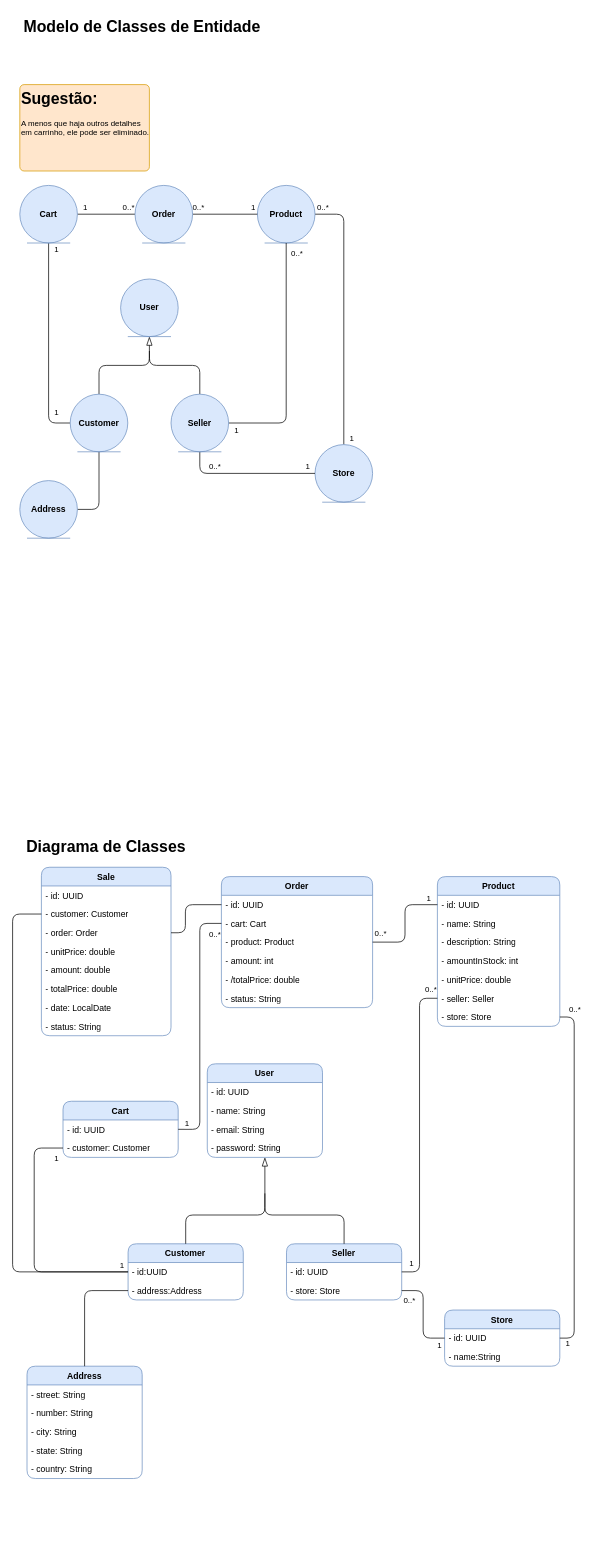
The draw.io diagram docs/Arquitetura do Ecommerce.drawio in VitorPaulinoG/ecommerce, before the edit. Source tidied: cells renumbered, new cells numbered last; positions are measured from the earlier drawing's top-left corner, leaving out a move shared by most shapes. Both pictures are drawn from the tidied source at 72%, with x=0, y=0 at pixel (12, 12).
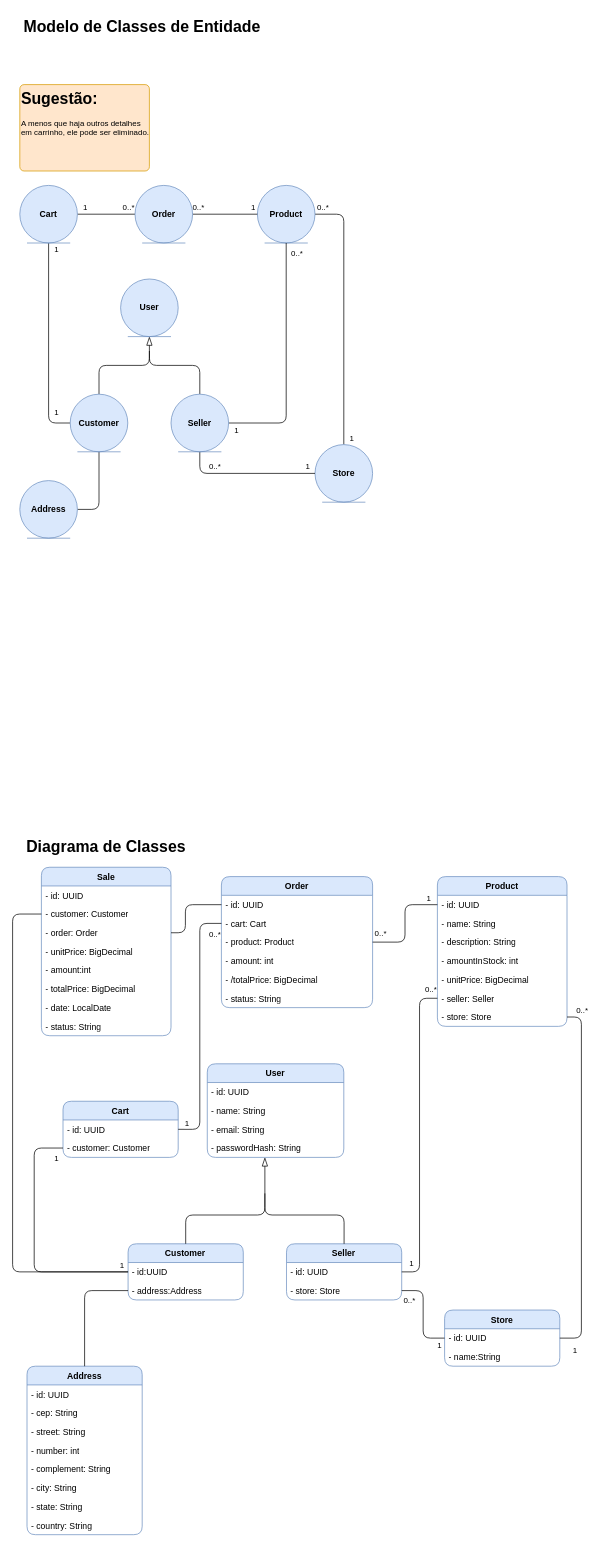
The same page after the edit.

Commit message:
Change: Class diagram to have correct data types for some attributes

The change refers to these unchanged cells:
```xml
<mxCell id="66" value="Order" style="swimlane;fontStyle=1;align=center;verticalAlign=top;horizontal=1;startSize=26;whiteSpace=wrap;html=1;fontFamily=Cascadia Code;rounded=1;fillColor=#dae8fc;strokeColor=#6c8ebf;" parent="1" vertex="1">
  <mxGeometry x="290" y="1200" width="210" height="182" as="geometry" />
</mxCell>
<mxCell id="93" value="Sale" style="swimlane;fontStyle=1;align=center;verticalAlign=top;horizontal=1;startSize=26;whiteSpace=wrap;html=1;fontFamily=Cascadia Code;rounded=1;fillColor=#dae8fc;strokeColor=#6c8ebf;" parent="1" vertex="1">
  <mxGeometry x="40" y="1187" width="180" height="234" as="geometry" />
</mxCell>
```

Diff of the diagram source:
```diff
@@
     <mxCell id="2" value="Product" style="swimlane;fontStyle=1;align=center;verticalAlign=top;horizontal=1;startSize=26;whiteSpace=wrap;html=1;fontFamily=Cascadia Code;rounded=1;fillColor=#dae8fc;strokeColor=#6c8ebf;" parent="1" vertex="1">
-      <mxGeometry x="590" y="1200" width="170" height="208" as="geometry" />
+      <mxGeometry x="590" y="1200" width="180" height="208" as="geometry" />
     </mxCell>
     <mxCell id="3" value="- id: UUID" style="text;align=left;verticalAlign=top;spacingLeft=4;spacingRight=4;overflow=hidden;points=[[0,0.5],[1,0.5]];portConstraint=eastwest;whiteSpace=wrap;html=1;fontFamily=Cascadia Code;" parent="2" vertex="1">
-      <mxGeometry y="26" width="170" height="26" as="geometry" />
+      <mxGeometry y="26" width="180" height="26" as="geometry" />
     </mxCell>
     <mxCell id="4" value="- name: String" style="text;align=left;verticalAlign=top;spacingLeft=4;spacingRight=4;overflow=hidden;whiteSpace=wrap;html=1;fontFamily=Cascadia Code;" parent="2" vertex="1">
-      <mxGeometry y="52" width="170" height="26" as="geometry" />
+      <mxGeometry y="52" width="180" height="26" as="geometry" />
     </mxCell>
     <mxCell id="5" value="- description: String" style="text;align=left;verticalAlign=top;spacingLeft=4;spacingRight=4;overflow=hidden;whiteSpace=wrap;html=1;fontFamily=Cascadia Code;" parent="2" vertex="1">
-      <mxGeometry y="78" width="170" height="26" as="geometry" />
+      <mxGeometry y="78" width="180" height="26" as="geometry" />
     </mxCell>
     <mxCell id="6" value="- amountInStock: int" style="text;align=left;verticalAlign=top;spacingLeft=4;spacingRight=4;overflow=hidden;whiteSpace=wrap;html=1;fontFamily=Cascadia Code;" parent="2" vertex="1">
-      <mxGeometry y="104" width="170" height="26" as="geometry" />
+      <mxGeometry y="104" width="180" height="26" as="geometry" />
     </mxCell>
-    <mxCell id="7" value="- unitPrice: double" style="text;align=left;verticalAlign=top;spacingLeft=4;spacingRight=4;overflow=hidden;whiteSpace=wrap;html=1;fontFamily=Cascadia Code;" parent="2" vertex="1">
-      <mxGeometry y="130" width="170" height="26" as="geometry" />
+    <mxCell id="7" value="- unitPrice: BigDecimal" style="text;align=left;verticalAlign=top;spacingLeft=4;spacingRight=4;overflow=hidden;whiteSpace=wrap;html=1;fontFamily=Cascadia Code;" parent="2" vertex="1">
+      <mxGeometry y="130" width="180" height="26" as="geometry" />
     </mxCell>
     <mxCell id="8" value="- seller: Seller" style="text;align=left;verticalAlign=top;spacingLeft=4;spacingRight=4;overflow=hidden;points=[[0,0.5],[1,0.5]];portConstraint=eastwest;whiteSpace=wrap;html=1;fontFamily=Cascadia Code;" parent="2" vertex="1">
-      <mxGeometry y="156" width="170" height="26" as="geometry" />
+      <mxGeometry y="156" width="180" height="26" as="geometry" />
     </mxCell>
     <mxCell id="9" value="- store: Store" style="text;align=left;verticalAlign=top;spacingLeft=4;spacingRight=4;overflow=hidden;points=[[0,0.5],[1,0.5]];portConstraint=eastwest;whiteSpace=wrap;html=1;fontFamily=Cascadia Code;" parent="2" vertex="1">
-      <mxGeometry y="182" width="170" height="26" as="geometry" />
+      <mxGeometry y="182" width="180" height="26" as="geometry" />
     </mxCell>
@@
     <mxCell id="13" value="User" style="swimlane;fontStyle=1;align=center;verticalAlign=top;horizontal=1;startSize=26;whiteSpace=wrap;html=1;fontFamily=Cascadia Code;rounded=1;fillColor=#dae8fc;strokeColor=#6c8ebf;" parent="1" vertex="1">
-      <mxGeometry x="270.4" y="1460" width="160" height="130" as="geometry" />
+      <mxGeometry x="270.4" y="1460" width="189.6" height="130" as="geometry" />
     </mxCell>
     <mxCell id="14" value="- id: UUID" style="text;align=left;verticalAlign=top;spacingLeft=4;spacingRight=4;overflow=hidden;whiteSpace=wrap;html=1;fontFamily=Cascadia Code;" parent="13" vertex="1">
-      <mxGeometry y="26" width="160" height="26" as="geometry" />
+      <mxGeometry y="26" width="189.6" height="26" as="geometry" />
     </mxCell>
     <mxCell id="15" value="- name: String" style="text;align=left;verticalAlign=top;spacingLeft=4;spacingRight=4;overflow=hidden;whiteSpace=wrap;html=1;fontFamily=Cascadia Code;" parent="13" vertex="1">
-      <mxGeometry y="52" width="160" height="26" as="geometry" />
+      <mxGeometry y="52" width="189.6" height="26" as="geometry" />
     </mxCell>
     <mxCell id="16" value="- email: String" style="text;align=left;verticalAlign=top;spacingLeft=4;spacingRight=4;overflow=hidden;whiteSpace=wrap;html=1;fontFamily=Cascadia Code;" parent="13" vertex="1">
-      <mxGeometry y="78" width="160" height="26" as="geometry" />
+      <mxGeometry y="78" width="189.6" height="26" as="geometry" />
     </mxCell>
-    <mxCell id="17" value="- password: String" style="text;align=left;verticalAlign=top;spacingLeft=4;spacingRight=4;overflow=hidden;whiteSpace=wrap;html=1;fontFamily=Cascadia Code;" parent="13" vertex="1">
-      <mxGeometry y="104" width="160" height="26" as="geometry" />
+    <mxCell id="17" value="- passwordHash: String" style="text;align=left;verticalAlign=top;spacingLeft=4;spacingRight=4;overflow=hidden;whiteSpace=wrap;html=1;fontFamily=Cascadia Code;" parent="13" vertex="1">
+      <mxGeometry y="104" width="189.6" height="26" as="geometry" />
     </mxCell>
@@
     <mxCell id="24" value="Address" style="swimlane;fontStyle=1;align=center;verticalAlign=top;horizontal=1;startSize=26;whiteSpace=wrap;html=1;fontFamily=Cascadia Code;rounded=1;fillColor=#dae8fc;strokeColor=#6c8ebf;" parent="1" vertex="1">
-      <mxGeometry x="20" y="1880" width="160" height="156" as="geometry" />
+      <mxGeometry x="20" y="1880" width="160" height="234" as="geometry" />
     </mxCell>
+    <mxCell id="104" value="- id: UUID" style="text;align=left;verticalAlign=top;spacingLeft=4;spacingRight=4;overflow=hidden;whiteSpace=wrap;html=1;fontFamily=Cascadia Code;" parent="24" vertex="1">
+      <mxGeometry y="26" width="160" height="26" as="geometry" />
+    </mxCell>
+    <mxCell id="105" value="- cep: String" style="text;align=left;verticalAlign=top;spacingLeft=4;spacingRight=4;overflow=hidden;whiteSpace=wrap;html=1;fontFamily=Cascadia Code;" parent="24" vertex="1">
+      <mxGeometry y="52" width="160" height="26" as="geometry" />
+    </mxCell>
     <mxCell id="25" value="- street: String" style="text;align=left;verticalAlign=top;spacingLeft=4;spacingRight=4;overflow=hidden;whiteSpace=wrap;html=1;fontFamily=Cascadia Code;" parent="24" vertex="1">
-      <mxGeometry y="26" width="160" height="26" as="geometry" />
+      <mxGeometry y="78" width="160" height="26" as="geometry" />
     </mxCell>
-    <mxCell id="26" value="- number: String" style="text;align=left;verticalAlign=top;spacingLeft=4;spacingRight=4;overflow=hidden;whiteSpace=wrap;html=1;fontFamily=Cascadia Code;" parent="24" vertex="1">
-      <mxGeometry y="52" width="160" height="26" as="geometry" />
+    <mxCell id="26" value="- number: int" style="text;align=left;verticalAlign=top;spacingLeft=4;spacingRight=4;overflow=hidden;whiteSpace=wrap;html=1;fontFamily=Cascadia Code;" parent="24" vertex="1">
+      <mxGeometry y="104" width="160" height="26" as="geometry" />
     </mxCell>
+    <mxCell id="106" value="- complement: String" style="text;align=left;verticalAlign=top;spacingLeft=4;spacingRight=4;overflow=hidden;whiteSpace=wrap;html=1;fontFamily=Cascadia Code;" parent="24" vertex="1">
+      <mxGeometry y="130" width="160" height="26" as="geometry" />
+    </mxCell>
     <mxCell id="27" value="- city: String" style="text;align=left;verticalAlign=top;spacingLeft=4;spacingRight=4;overflow=hidden;whiteSpace=wrap;html=1;fontFamily=Cascadia Code;" parent="24" vertex="1">
-      <mxGeometry y="78" width="160" height="26" as="geometry" />
+      <mxGeometry y="156" width="160" height="26" as="geometry" />
     </mxCell>
     <mxCell id="28" value="- state: String" style="text;align=left;verticalAlign=top;spacingLeft=4;spacingRight=4;overflow=hidden;whiteSpace=wrap;html=1;fontFamily=Cascadia Code;" parent="24" vertex="1">
-      <mxGeometry y="104" width="160" height="26" as="geometry" />
+      <mxGeometry y="182" width="160" height="26" as="geometry" />
     </mxCell>
     <mxCell id="29" value="- country: String" style="text;align=left;verticalAlign=top;spacingLeft=4;spacingRight=4;overflow=hidden;whiteSpace=wrap;html=1;fontFamily=Cascadia Code;" parent="24" vertex="1">
-      <mxGeometry y="130" width="160" height="26" as="geometry" />
+      <mxGeometry y="208" width="160" height="26" as="geometry" />
     </mxCell>
@@
-    <mxCell id="71" value="- /totalPrice: double" style="text;align=left;verticalAlign=top;spacingLeft=4;spacingRight=4;overflow=hidden;whiteSpace=wrap;html=1;fontFamily=Cascadia Code;" parent="66" vertex="1">
+    <mxCell id="71" value="- /totalPrice: BigDecimal" style="text;align=left;verticalAlign=top;spacingLeft=4;spacingRight=4;overflow=hidden;whiteSpace=wrap;html=1;fontFamily=Cascadia Code;" parent="66" vertex="1">
       <mxGeometry y="130" width="210" height="26" as="geometry" />
     </mxCell>
@@
-    <mxCell id="97" value="- unitPrice: double" style="text;align=left;verticalAlign=top;spacingLeft=4;spacingRight=4;overflow=hidden;whiteSpace=wrap;html=1;fontFamily=Cascadia Code;" parent="93" vertex="1">
+    <mxCell id="97" value="- unitPrice: BigDecimal" style="text;align=left;verticalAlign=top;spacingLeft=4;spacingRight=4;overflow=hidden;whiteSpace=wrap;html=1;fontFamily=Cascadia Code;" parent="93" vertex="1">
       <mxGeometry y="104" width="180" height="26" as="geometry" />
     </mxCell>
-    <mxCell id="98" value="- amount: double" style="text;align=left;verticalAlign=top;spacingLeft=4;spacingRight=4;overflow=hidden;whiteSpace=wrap;html=1;fontFamily=Cascadia Code;" parent="93" vertex="1">
+    <mxCell id="98" value="- amount:int" style="text;align=left;verticalAlign=top;spacingLeft=4;spacingRight=4;overflow=hidden;whiteSpace=wrap;html=1;fontFamily=Cascadia Code;" parent="93" vertex="1">
       <mxGeometry y="130" width="180" height="26" as="geometry" />
     </mxCell>
-    <mxCell id="99" value="- totalPrice: double" style="text;align=left;verticalAlign=top;spacingLeft=4;spacingRight=4;overflow=hidden;whiteSpace=wrap;html=1;fontFamily=Cascadia Code;" parent="93" vertex="1">
+    <mxCell id="99" value="- totalPrice: BigDecimal" style="text;align=left;verticalAlign=top;spacingLeft=4;spacingRight=4;overflow=hidden;whiteSpace=wrap;html=1;fontFamily=Cascadia Code;" parent="93" vertex="1">
       <mxGeometry y="156" width="180" height="26" as="geometry" />
     </mxCell>
```
